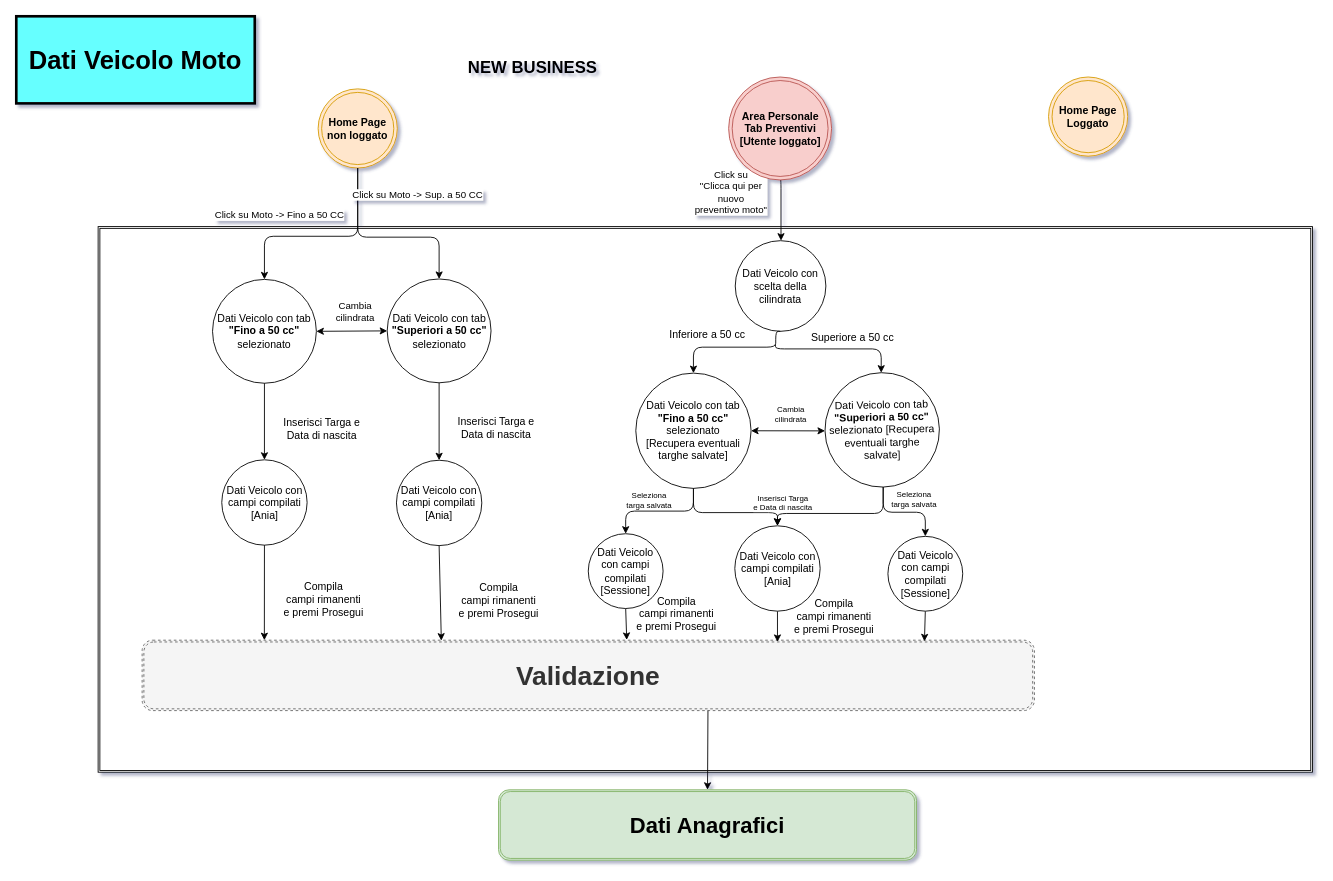
Earlier version of the draw.io diagram Dati Veicolo Moto.drawio (kaito93/Quixa). Source tidied: cells renumbered, new cells numbered last; positions are measured from the earlier drawing's top-left corner, leaving out a move shared by most shapes. Both pictures are drawn from the tidied source at 88%, with x=0, y=0 at pixel (16, 16).
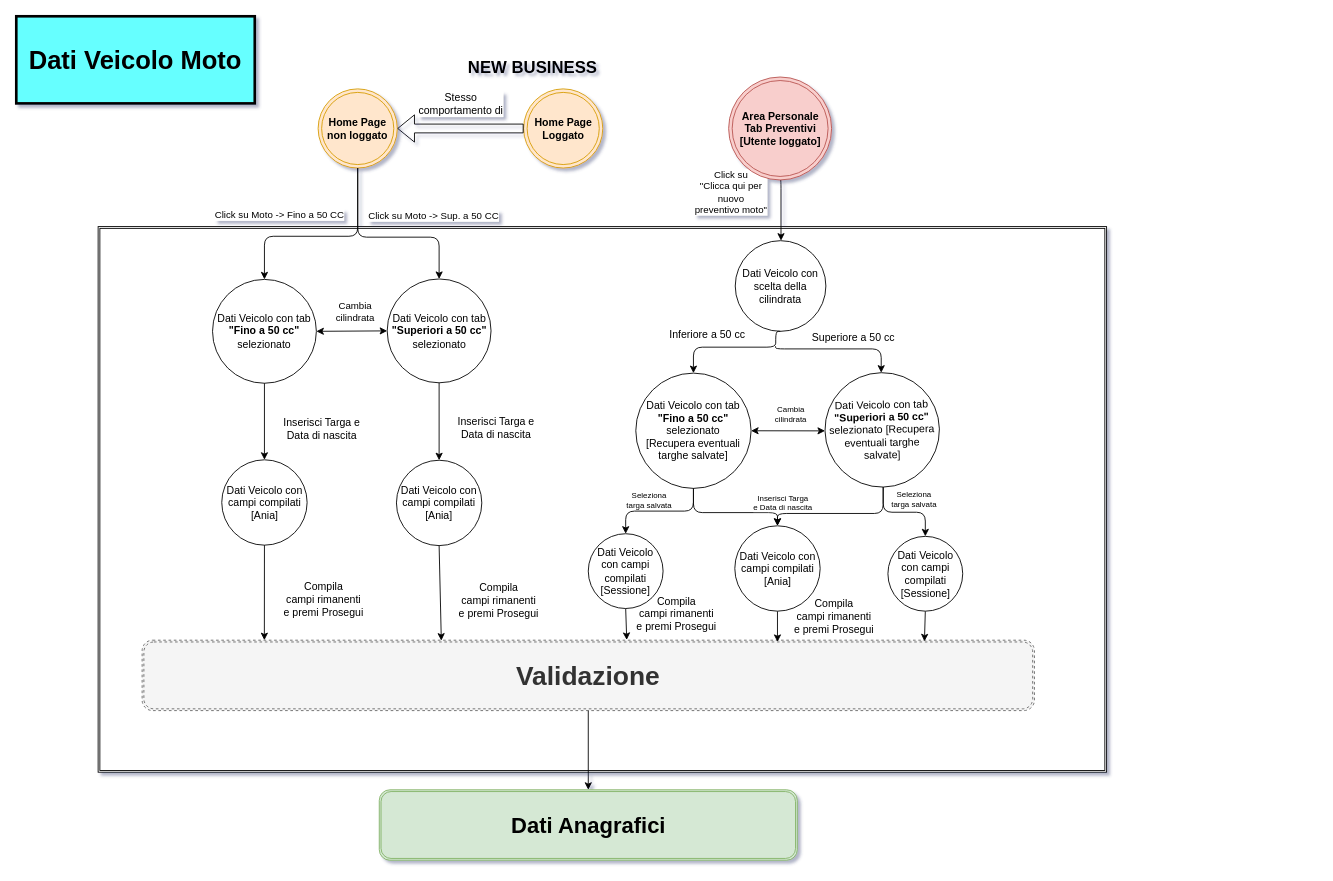
After the change.

Unchanged cells that the change refers to:
```xml
<mxCell id="3" value="&lt;b&gt;Home Page&lt;br&gt;non loggato&lt;/b&gt;&lt;br&gt;" style="ellipse;shape=doubleEllipse;whiteSpace=wrap;html=1;fillColor=#ffe6cc;strokeColor=#d79b00;" parent="1" vertex="1">
  <mxGeometry x="343" y="82.5" width="90" height="90" as="geometry" />
</mxCell>
<mxCell id="7" value="&lt;b&gt;&lt;font style=&quot;font-size: 30px&quot;&gt;Validazione&lt;/font&gt;&lt;/b&gt;" style="shape=ext;double=1;rounded=1;whiteSpace=wrap;html=1;strokeColor=#666666;dashed=1;shadow=0;glass=0;comic=0;fillColor=#f5f5f5;fontColor=#333333;" parent="1" vertex="1">
  <mxGeometry x="143" y="709" width="1014" height="80" as="geometry" />
</mxCell>
<mxCell id="21" value="Dati Veicolo con tab &lt;b&gt;&quot;Superiori a 50 cc&quot; &lt;/b&gt;selezionato&lt;br&gt;" style="ellipse;whiteSpace=wrap;html=1;" parent="1" vertex="1">
  <mxGeometry x="421.5" y="298.5" width="118" height="118" as="geometry" />
</mxCell>
<mxCell id="30" value="Dati Veicolo con tab &lt;b&gt;&quot;Superiori a 50 cc&quot; &lt;/b&gt;selezionato [Recupera eventuali targhe salvate]&lt;br&gt;" style="ellipse;whiteSpace=wrap;html=1;rotation=-1;" parent="1" vertex="1">
  <mxGeometry x="919" y="405" width="130" height="130" as="geometry" />
</mxCell>
```

Diff of the diagram source:
```diff
@@
     <mxCell id="2" style="shape=ext;double=1;rounded=0;whiteSpace=wrap;html=1;" parent="1" vertex="1">
-      <mxGeometry x="93" y="239" width="1380" height="620" as="geometry" />
+      <mxGeometry x="93" y="239" width="1146" height="620" as="geometry" />
     </mxCell>
@@
     <mxCell id="12" value="&lt;b&gt;&lt;font style=&quot;font-size: 25px&quot;&gt;Dati Anagrafici&lt;/font&gt;&lt;/b&gt;" style="shape=ext;double=1;rounded=1;whiteSpace=wrap;html=1;fillColor=#d5e8d4;strokeColor=#82b366;" parent="1" vertex="1">
-      <mxGeometry x="548" y="879" width="475" height="80" as="geometry" />
+      <mxGeometry x="412.5" y="879" width="475" height="80" as="geometry" />
     </mxCell>
-    <mxCell id="13" style="endArrow=classic;html=1;entryX=0.5;entryY=0;entryDx=0;entryDy=0;" parent="1" edge="1" target="12">
-      <mxGeometry relative="1" as="geometry">
-        <mxPoint x="786" y="789" as="sourcePoint" />
-      </mxGeometry>
+    <mxCell id="13" style="endArrow=classic;html=1;entryX=0.5;entryY=0;entryDx=0;entryDy=0;exitX=0.5;exitY=1;exitDx=0;exitDy=0;" parent="1" edge="1" source="7" target="12">
+      <mxGeometry relative="1" as="geometry" />
     </mxCell>
     <mxCell id="14" style="endArrow=classic;html=1;exitX=0.5;exitY=1;exitDx=0;exitDy=0;edgeStyle=orthogonalEdgeStyle;entryX=0.5;entryY=0;entryDx=0;entryDy=0;" parent="1" edge="1" target="30">
       <mxGeometry relative="1" as="geometry">
-        <mxPoint x="862.8" y="373" as="sourcePoint" />
+        <mxPoint x="862.8" y="375" as="sourcePoint" />
         <Array as="points">
           <mxPoint x="863" y="378" />
           <mxPoint x="983" y="378" />
         </Array>
       </mxGeometry>
     </mxCell>
@@
     <mxCell id="24" value="Click su Moto -&amp;gt; Sup. a 50 CC" style="endArrow=classic;html=1;labelBackgroundColor=#ffffff;strokeColor=#000000;fontColor=#000000;exitX=0.5;exitY=1;exitDx=0;exitDy=0;entryX=0.5;entryY=0;entryDx=0;entryDy=0;edgeStyle=orthogonalEdgeStyle;" parent="1" edge="1" source="3" target="21">
-      <mxGeometry x="0.56" y="24" relative="1" as="geometry">
+      <mxGeometry x="0.5" y="24" relative="1" as="geometry">
         <Array as="points">
           <mxPoint x="388" y="251" />
           <mxPoint x="481" y="251" />
         </Array>
-        <mxPoint x="-24" y="-24" as="offset" />
       </mxGeometry>
     </mxCell>
@@
     <mxCell id="47" value="&lt;b&gt;Home Page&lt;br&gt;Loggato&lt;/b&gt;&lt;br&gt;" style="ellipse;shape=doubleEllipse;whiteSpace=wrap;html=1;fillColor=#ffe6cc;strokeColor=#d79b00;" parent="1" vertex="1">
-      <mxGeometry x="1173" y="69" width="90" height="90" as="geometry" />
+      <mxGeometry x="576.5" y="82.5" width="90" height="90" as="geometry" />
     </mxCell>
@@
+    <mxCell id="50" style="shape=flexArrow;endArrow=classic;html=1;exitX=0;exitY=0.5;exitDx=0;exitDy=0;" parent="1" edge="1" source="47" target="3">
+      <mxGeometry relative="1" as="geometry" />
+    </mxCell>
+    <mxCell id="51" value="Stesso &lt;br&gt;comportamento di" style="text;html=1;align=center;verticalAlign=middle;labelBackgroundColor=#ffffff;" parent="50" vertex="1">
+      <mxGeometry x="0.29" y="-4" relative="1" as="geometry">
+        <mxPoint x="21" y="-24.5" as="offset" />
+      </mxGeometry>
+    </mxCell>
```
